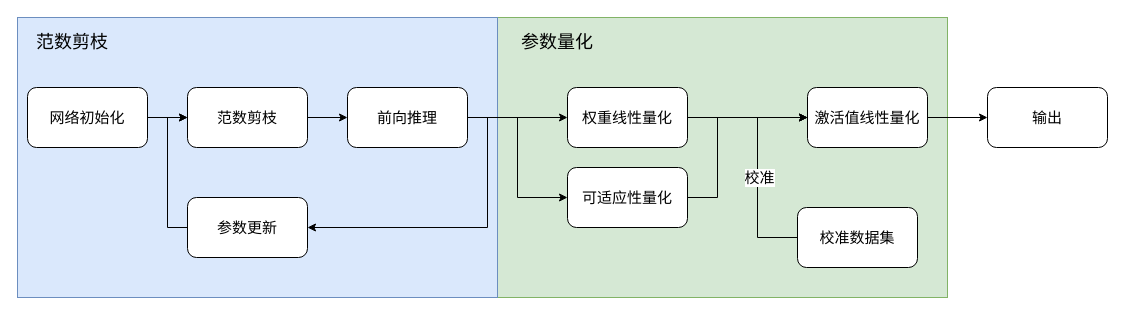
Earlier version of the draw.io diagram PrunePtq.drawio (JIANGBOFENG/MY_GIT_Repo). Source tidied: cells renumbered, new cells numbered last; positions are measured from the earlier drawing's top-left corner, leaving out a move shared by most shapes. Both pictures are drawn from the tidied source at 100%, with x=0, y=0 at pixel (17, 17).
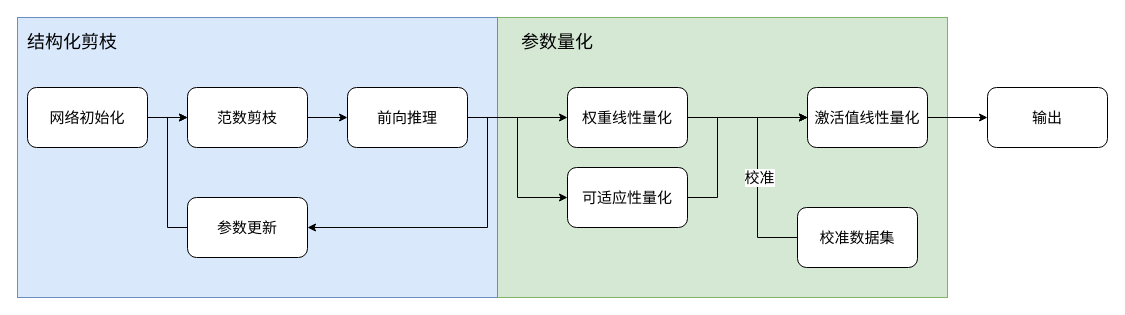
The same diagram, later.

Diff of the diagram source:
```diff
@@
-    <mxCell id="20" value="范数剪枝" style="text;html=1;strokeColor=none;fillColor=none;align=center;verticalAlign=middle;whiteSpace=wrap;rounded=0;fontSize=18;" parent="1" vertex="1">
+    <mxCell id="20" value="结构化剪枝" style="text;html=1;strokeColor=none;fillColor=none;align=center;verticalAlign=middle;whiteSpace=wrap;rounded=0;fontSize=18;" parent="1" vertex="1">
       <mxGeometry width="110" height="50" as="geometry" />
     </mxCell>
```
